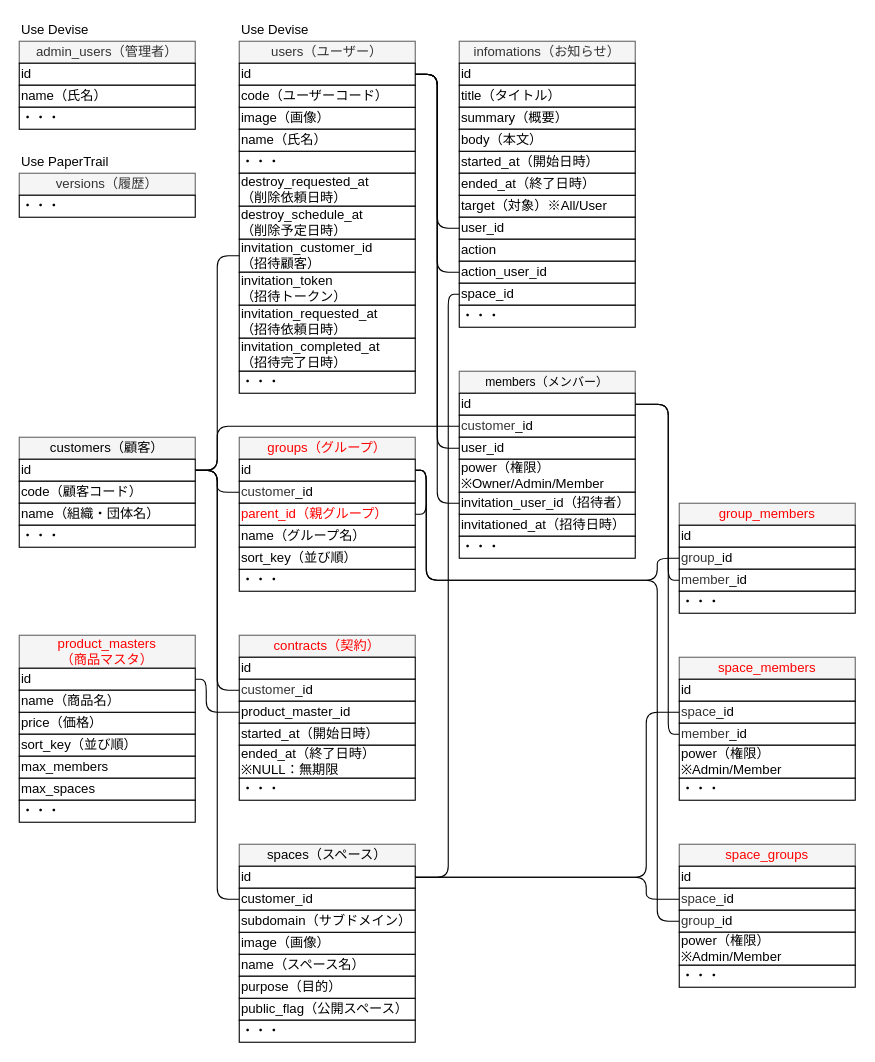
Earlier version of the draw.io diagram 設計/ER図.drawio (nightonlypj/rails-app-origin). Source tidied: cells renumbered, new cells numbered last; positions are measured from the earlier drawing's top-left corner, leaving out a move shared by most shapes. Both pictures are drawn from the tidied source at 110%, with x=0, y=0 at pixel (19, 19).
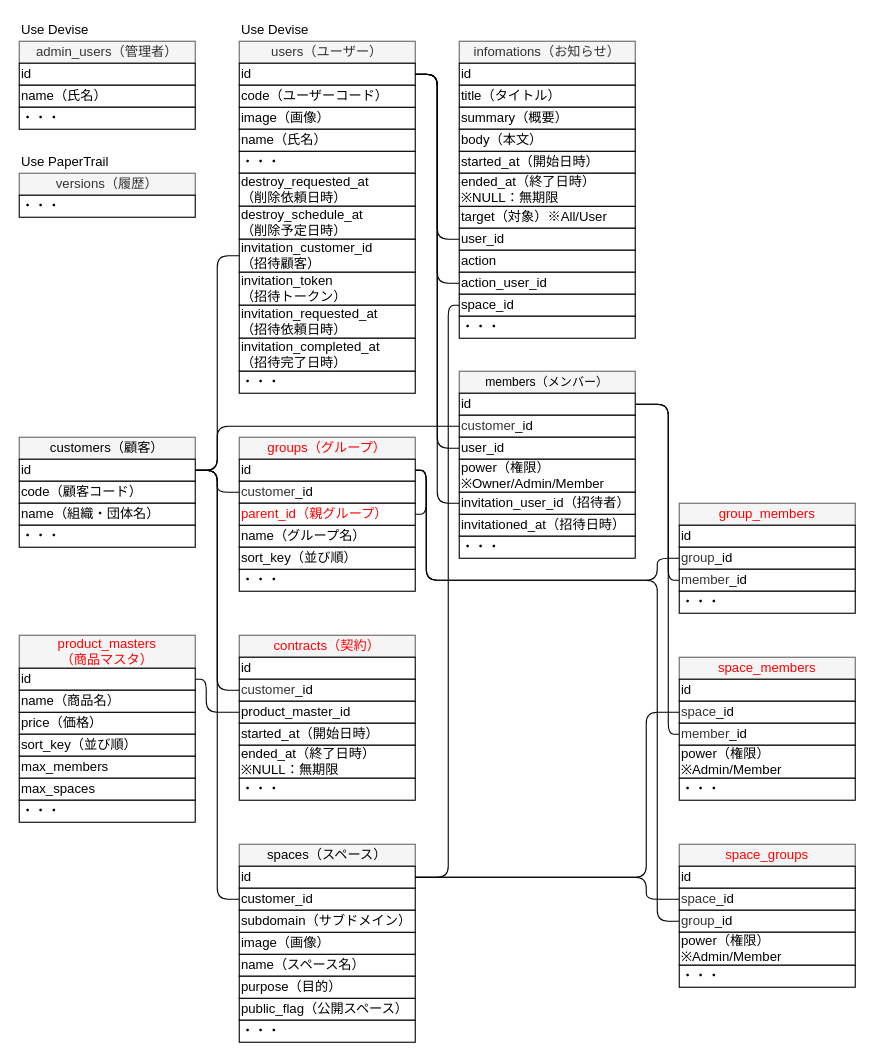
The same page after the edit.

The change refers to these unchanged cells:
```xml
<mxCell id="3" value="id" style="rounded=0;whiteSpace=wrap;html=1;align=left;" parent="1" vertex="1">
  <mxGeometry x="200" y="40" width="160" height="20" as="geometry" />
</mxCell>
<mxCell id="38" value="id" style="rounded=0;whiteSpace=wrap;html=1;align=left;" parent="1" vertex="1">
  <mxGeometry x="200" y="770" width="160" height="20" as="geometry" />
</mxCell>
```

What changed in the source:
```diff
@@
     <mxCell id="21" value="target（対象）※All/User" style="rounded=0;whiteSpace=wrap;html=1;align=left;" parent="1" vertex="1">
-      <mxGeometry x="400" y="160" width="160" height="20" as="geometry" />
+      <mxGeometry x="400" y="170" width="160" height="20" as="geometry" />
     </mxCell>
     <mxCell id="22" value="user_id" style="rounded=0;whiteSpace=wrap;html=1;align=left;" parent="1" vertex="1">
-      <mxGeometry x="400" y="180" width="160" height="20" as="geometry" />
+      <mxGeometry x="400" y="190" width="160" height="20" as="geometry" />
     </mxCell>
     <mxCell id="23" value="action" style="rounded=0;whiteSpace=wrap;html=1;align=left;" parent="1" vertex="1">
-      <mxGeometry x="400" y="200" width="160" height="20" as="geometry" />
+      <mxGeometry x="400" y="210" width="160" height="20" as="geometry" />
     </mxCell>
@@
-    <mxCell id="26" value="ended_at（終了日時）" style="rounded=0;whiteSpace=wrap;html=1;align=left;" parent="1" vertex="1">
-      <mxGeometry x="400" y="140" width="160" height="20" as="geometry" />
+    <mxCell id="26" value="ended_at（終了日時）&lt;br&gt;※NULL：無期限" style="rounded=0;whiteSpace=wrap;html=1;align=left;" parent="1" vertex="1">
+      <mxGeometry x="400" y="140" width="160" height="30" as="geometry" />
     </mxCell>
@@
     <mxCell id="31" value="action_user_id" style="rounded=0;whiteSpace=wrap;html=1;align=left;" parent="1" vertex="1">
-      <mxGeometry x="400" y="220" width="160" height="20" as="geometry" />
+      <mxGeometry x="400" y="230" width="160" height="20" as="geometry" />
     </mxCell>
     <mxCell id="32" style="edgeStyle=orthogonalEdgeStyle;rounded=1;jettySize=auto;html=1;exitX=0;exitY=0.5;exitDx=0;exitDy=0;endArrow=none;endFill=0;fontColor=#FF0000;entryX=1;entryY=0.5;entryDx=0;entryDy=0;" parent="1" edge="1" source="33" target="38">
       <mxGeometry relative="1" as="geometry">
         <Array as="points">
-          <mxPoint x="390" y="250" />
+          <mxPoint x="390" y="260" />
           <mxPoint x="390" y="780" />
         </Array>
       </mxGeometry>
     </mxCell>
     <mxCell id="33" value="space_id" style="rounded=0;whiteSpace=wrap;html=1;align=left;" parent="1" vertex="1">
-      <mxGeometry x="400" y="240" width="160" height="20" as="geometry" />
+      <mxGeometry x="400" y="250" width="160" height="20" as="geometry" />
     </mxCell>
     <mxCell id="34" value="・・・" style="rounded=0;whiteSpace=wrap;html=1;align=left;" parent="1" vertex="1">
-      <mxGeometry x="400" y="260" width="160" height="20" as="geometry" />
+      <mxGeometry x="400" y="270" width="160" height="20" as="geometry" />
     </mxCell>
@@
     <mxCell id="45" style="edgeStyle=orthogonalEdgeStyle;rounded=1;jettySize=auto;html=1;entryX=0;entryY=0.5;entryDx=0;entryDy=0;endArrow=none;endFill=0;exitX=1;exitY=0.5;exitDx=0;exitDy=0;" parent="1" edge="1" source="3" target="31">
       <mxGeometry relative="1" as="geometry">
         <Array as="points">
           <mxPoint x="380" y="50" />
-          <mxPoint x="380" y="230" />
+          <mxPoint x="380" y="240" />
         </Array>
       </mxGeometry>
     </mxCell>
```
